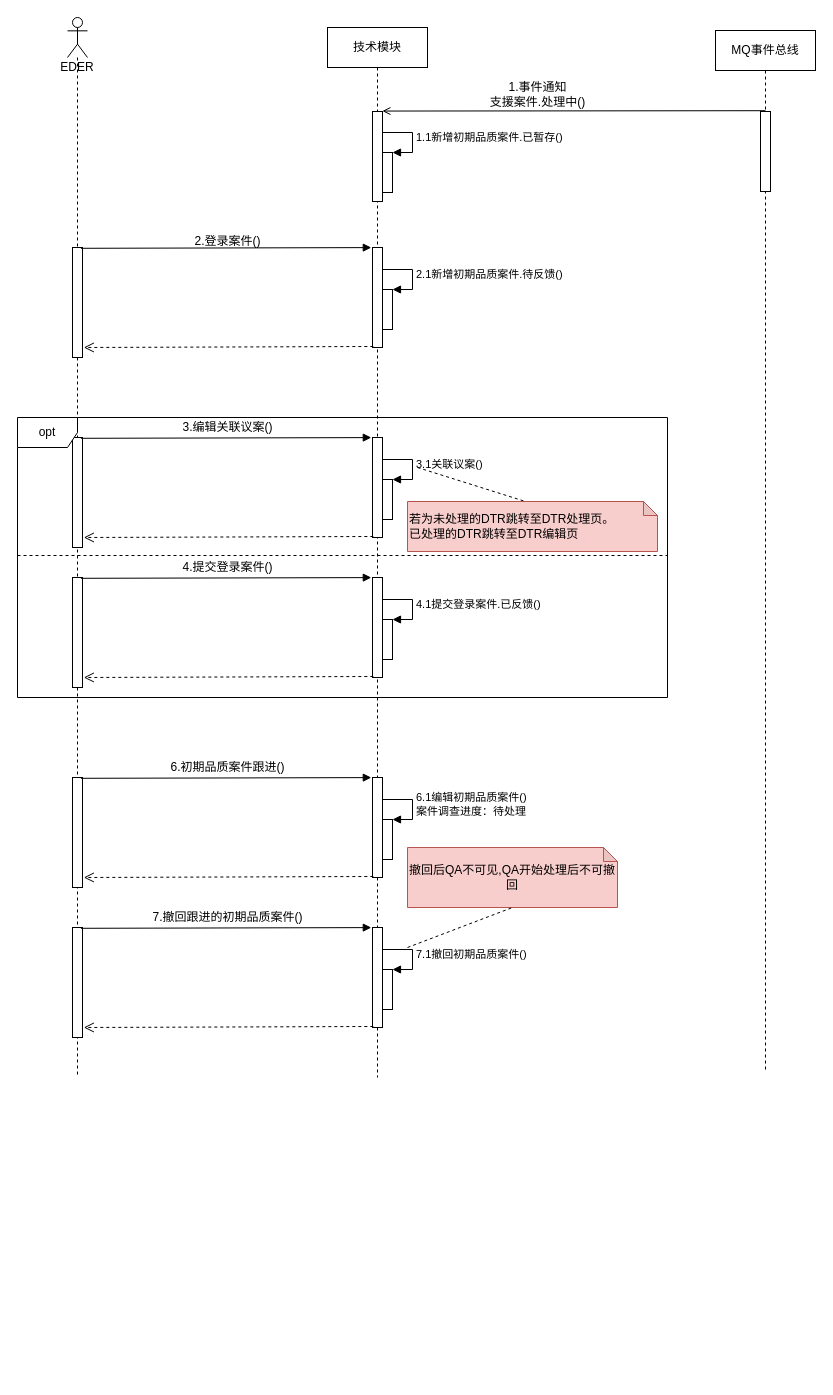
This is page "初期品质案件业务流程时序图" (20 of 21) of images/支援案件时序图.drawio from 1132489442/designer, a draw.io file, before an edit. Source tidied: cells renumbered, new cells numbered last; positions are measured from the earlier drawing's top-left corner, leaving out a move shared by most shapes. Both pictures are drawn from the tidied source at 100%, with x=0, y=0 at pixel (17, 17).
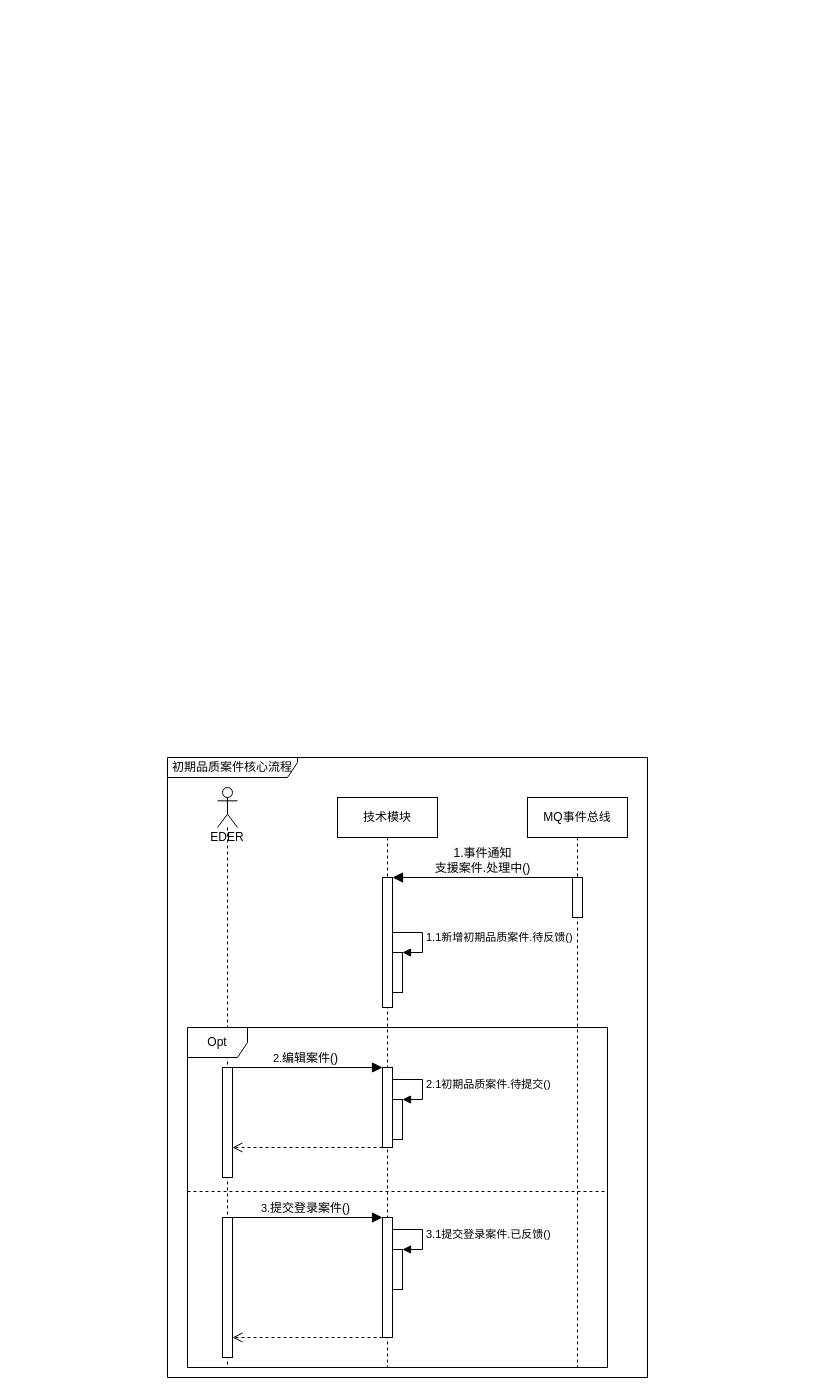
After the change.

Change to the diagram source:
```diff
@@
     <mxCell id="2" value="技术模块" style="shape=umlLifeline;perimeter=lifelinePerimeter;whiteSpace=wrap;html=1;" parent="1" vertex="1">
-      <mxGeometry x="310" y="10" width="100" height="1050" as="geometry" />
+      <mxGeometry x="320" y="780" width="100" height="570" as="geometry" />
     </mxCell>
-    <mxCell id="3" style="html=1;points=[];perimeter=orthogonalPerimeter;" parent="2" vertex="1">
-      <mxGeometry x="45" y="220" width="10" height="100" as="geometry" />
-    </mxCell>
-    <mxCell id="4" style="html=1;points=[];perimeter=orthogonalPerimeter;" parent="2" vertex="1">
-      <mxGeometry x="55" y="262" width="10" height="40" as="geometry" />
-    </mxCell>
-    <mxCell id="5" value="2.1新增初期品质案件.待反馈()" style="edgeStyle=orthogonalEdgeStyle;html=1;align=left;spacingLeft=2;endArrow=block;rounded=0;entryX=1;entryY=0;" parent="2" edge="1" target="4">
-      <mxGeometry relative="1" as="geometry">
-        <mxPoint x="55" y="242" as="sourcePoint" />
-        <Array as="points">
-          <mxPoint x="85" y="242" />
-        </Array>
-      </mxGeometry>
-    </mxCell>
-    <mxCell id="6" style="html=1;points=[];perimeter=orthogonalPerimeter;" parent="2" vertex="1">
-      <mxGeometry x="45" y="84" width="10" height="90" as="geometry" />
-    </mxCell>
-    <mxCell id="7" style="html=1;points=[];perimeter=orthogonalPerimeter;" parent="2" vertex="1">
-      <mxGeometry x="55" y="125" width="10" height="40" as="geometry" />
-    </mxCell>
-    <mxCell id="8" value="1.1新增初期品质案件.已暂存()" style="edgeStyle=orthogonalEdgeStyle;html=1;align=left;spacingLeft=2;endArrow=block;rounded=0;entryX=1;entryY=0;" parent="2" edge="1" target="7">
-      <mxGeometry relative="1" as="geometry">
-        <mxPoint x="55" y="105" as="sourcePoint" />
-        <Array as="points">
-          <mxPoint x="85" y="105" />
-        </Array>
-      </mxGeometry>
-    </mxCell>
+    <mxCell id="52" style="html=1;perimeter=orthogonalPerimeter;fillColor=#FFFFFF;" parent="2" vertex="1">
+      <mxGeometry x="45" y="80" width="10" height="130" as="geometry" />
+    </mxCell>
+    <mxCell id="53" style="html=1;points=[];perimeter=orthogonalPerimeter;fillColor=#FFFFFF;" parent="2" vertex="1">
+      <mxGeometry x="45" y="270" width="10" height="80" as="geometry" />
+    </mxCell>
+    <mxCell id="54" style="html=1;points=[];perimeter=orthogonalPerimeter;fillColor=#FFFFFF;" parent="2" vertex="1">
+      <mxGeometry x="45" y="420" width="10" height="120" as="geometry" />
+    </mxCell>
     <mxCell id="9" value="EDER" style="shape=umlLifeline;participant=umlActor;perimeter=lifelinePerimeter;whiteSpace=wrap;html=1;verticalAlign=top;spacingTop=36;size=40;" parent="1" vertex="1">
-      <mxGeometry x="50" width="20" height="1060" as="geometry" />
+      <mxGeometry x="200" y="770" width="20" height="580" as="geometry" />
     </mxCell>
-    <mxCell id="10" style="html=1;points=[];perimeter=orthogonalPerimeter;" parent="9" vertex="1">
-      <mxGeometry x="5" y="230" width="10" height="110" as="geometry" />
-    </mxCell>
-    <mxCell id="11" style="edgeStyle=none;rounded=0;orthogonalLoop=1;jettySize=auto;html=1;endArrow=block;endFill=1;exitX=0.841;exitY=0.016;exitDx=0;exitDy=0;exitPerimeter=0;entryX=-0.124;entryY=0.011;entryDx=0;entryDy=0;entryPerimeter=0;" parent="1" edge="1">
-      <mxGeometry relative="1" as="geometry">
-        <mxPoint x="63.4" y="230.8" as="sourcePoint" />
-        <mxPoint x="353.8" y="230.1" as="targetPoint" />
-      </mxGeometry>
-    </mxCell>
-    <mxCell id="12" style="html=1;verticalAlign=bottom;endArrow=open;dashed=1;endSize=8;rounded=0;exitX=0.083;exitY=0.99;exitDx=0;exitDy=0;exitPerimeter=0;entryX=1.133;entryY=0.909;entryDx=0;entryDy=0;entryPerimeter=0;" parent="1" edge="1" source="3" target="10">
-      <mxGeometry relative="1" as="geometry" />
-    </mxCell>
-    <mxCell id="13" value="2.登录案件()" style="text;html=1;align=center;verticalAlign=middle;strokeColor=none;fillColor=none;" parent="1" vertex="1">
-      <mxGeometry x="170" y="214" width="80" height="20" as="geometry" />
-    </mxCell>
-    <mxCell id="14" style="html=1;points=[];perimeter=orthogonalPerimeter;" parent="1" vertex="1">
-      <mxGeometry x="355" y="420" width="10" height="100" as="geometry" />
-    </mxCell>
-    <mxCell id="15" style="html=1;points=[];perimeter=orthogonalPerimeter;" parent="1" vertex="1">
-      <mxGeometry x="365" y="462" width="10" height="40" as="geometry" />
-    </mxCell>
-    <mxCell id="16" value="3.1关联议案()" style="edgeStyle=orthogonalEdgeStyle;html=1;align=left;spacingLeft=2;endArrow=block;rounded=0;entryX=1;entryY=0;" parent="1" edge="1" target="15">
-      <mxGeometry relative="1" as="geometry">
-        <mxPoint x="365" y="442" as="sourcePoint" />
-        <Array as="points">
-          <mxPoint x="395" y="442" />
-        </Array>
-      </mxGeometry>
-    </mxCell>
-    <mxCell id="17" style="html=1;points=[];perimeter=orthogonalPerimeter;" parent="1" vertex="1">
-      <mxGeometry x="55" y="420" width="10" height="110" as="geometry" />
-    </mxCell>
-    <mxCell id="18" style="edgeStyle=none;rounded=0;orthogonalLoop=1;jettySize=auto;html=1;endArrow=block;endFill=1;exitX=0.841;exitY=0.016;exitDx=0;exitDy=0;exitPerimeter=0;entryX=-0.124;entryY=0.011;entryDx=0;entryDy=0;entryPerimeter=0;" parent="1" edge="1">
-      <mxGeometry relative="1" as="geometry">
-        <mxPoint x="63.4" y="420.8" as="sourcePoint" />
-        <mxPoint x="353.8" y="420.1" as="targetPoint" />
-      </mxGeometry>
-    </mxCell>
-    <mxCell id="19" style="html=1;verticalAlign=bottom;endArrow=open;dashed=1;endSize=8;rounded=0;exitX=0.083;exitY=0.99;exitDx=0;exitDy=0;exitPerimeter=0;entryX=1.133;entryY=0.909;entryDx=0;entryDy=0;entryPerimeter=0;" parent="1" edge="1" source="14" target="17">
-      <mxGeometry relative="1" as="geometry" />
-    </mxCell>
-    <mxCell id="20" value="3.编辑关联议案()" style="text;html=1;align=center;verticalAlign=middle;strokeColor=none;fillColor=none;" parent="1" vertex="1">
-      <mxGeometry x="155" y="400" width="110" height="20" as="geometry" />
-    </mxCell>
-    <mxCell id="21" value="若为未处理的DTR跳转至DTR处理页。&lt;br&gt;&lt;div&gt;&lt;span&gt;已处理的DTR跳转至DTR编辑页&lt;/span&gt;&lt;/div&gt;" style="shape=note;whiteSpace=wrap;html=1;backgroundOutline=1;darkOpacity=0.05;size=14;fillColor=#f8cecc;strokeColor=#b85450;align=left;" parent="1" vertex="1">
-      <mxGeometry x="390" y="484" width="250" height="50" as="geometry" />
-    </mxCell>
-    <mxCell id="22" style="html=1;points=[];perimeter=orthogonalPerimeter;" parent="1" vertex="1">
-      <mxGeometry x="355" y="560" width="10" height="100" as="geometry" />
-    </mxCell>
-    <mxCell id="23" style="html=1;points=[];perimeter=orthogonalPerimeter;" parent="1" vertex="1">
-      <mxGeometry x="365" y="602" width="10" height="40" as="geometry" />
-    </mxCell>
-    <mxCell id="24" value="4.1提交登录案件.已反馈()" style="edgeStyle=orthogonalEdgeStyle;html=1;align=left;spacingLeft=2;endArrow=block;rounded=0;entryX=1;entryY=0;" parent="1" edge="1" target="23">
-      <mxGeometry relative="1" as="geometry">
-        <mxPoint x="365" y="582" as="sourcePoint" />
-        <Array as="points">
-          <mxPoint x="395" y="582" />
-        </Array>
-      </mxGeometry>
-    </mxCell>
-    <mxCell id="25" style="html=1;points=[];perimeter=orthogonalPerimeter;" parent="1" vertex="1">
-      <mxGeometry x="55" y="560" width="10" height="110" as="geometry" />
-    </mxCell>
-    <mxCell id="26" style="edgeStyle=none;rounded=0;orthogonalLoop=1;jettySize=auto;html=1;endArrow=block;endFill=1;exitX=0.841;exitY=0.016;exitDx=0;exitDy=0;exitPerimeter=0;entryX=-0.124;entryY=0.011;entryDx=0;entryDy=0;entryPerimeter=0;" parent="1" edge="1">
-      <mxGeometry relative="1" as="geometry">
-        <mxPoint x="63.4" y="560.8" as="sourcePoint" />
-        <mxPoint x="353.8" y="560.1" as="targetPoint" />
-      </mxGeometry>
-    </mxCell>
-    <mxCell id="27" style="html=1;verticalAlign=bottom;endArrow=open;dashed=1;endSize=8;rounded=0;exitX=0.083;exitY=0.99;exitDx=0;exitDy=0;exitPerimeter=0;entryX=1.133;entryY=0.909;entryDx=0;entryDy=0;entryPerimeter=0;" parent="1" edge="1" source="22" target="25">
-      <mxGeometry relative="1" as="geometry" />
-    </mxCell>
-    <mxCell id="28" value="4.提交登录案件()" style="text;html=1;align=center;verticalAlign=middle;strokeColor=none;fillColor=none;" parent="1" vertex="1">
-      <mxGeometry x="155" y="540" width="110" height="20" as="geometry" />
-    </mxCell>
-    <mxCell id="29" style="html=1;points=[];perimeter=orthogonalPerimeter;" parent="1" vertex="1">
-      <mxGeometry x="355" y="760" width="10" height="100" as="geometry" />
-    </mxCell>
-    <mxCell id="30" style="html=1;points=[];perimeter=orthogonalPerimeter;" parent="1" vertex="1">
-      <mxGeometry x="365" y="802" width="10" height="40" as="geometry" />
-    </mxCell>
-    <mxCell id="31" value="6.1编辑初期品质案件()&lt;br&gt;案件调查进度：待处理" style="edgeStyle=orthogonalEdgeStyle;html=1;align=left;spacingLeft=2;endArrow=block;rounded=0;entryX=1;entryY=0;" parent="1" edge="1" target="30">
-      <mxGeometry relative="1" as="geometry">
-        <mxPoint x="365" y="782" as="sourcePoint" />
-        <Array as="points">
-          <mxPoint x="395" y="782" />
-        </Array>
-      </mxGeometry>
-    </mxCell>
-    <mxCell id="32" style="html=1;points=[];perimeter=orthogonalPerimeter;" parent="1" vertex="1">
-      <mxGeometry x="55" y="760" width="10" height="110" as="geometry" />
-    </mxCell>
-    <mxCell id="33" style="edgeStyle=none;rounded=0;orthogonalLoop=1;jettySize=auto;html=1;endArrow=block;endFill=1;exitX=0.841;exitY=0.016;exitDx=0;exitDy=0;exitPerimeter=0;entryX=-0.124;entryY=0.011;entryDx=0;entryDy=0;entryPerimeter=0;" parent="1" edge="1">
-      <mxGeometry relative="1" as="geometry">
-        <mxPoint x="63.4" y="760.8" as="sourcePoint" />
-        <mxPoint x="353.8" y="760.1" as="targetPoint" />
-      </mxGeometry>
-    </mxCell>
-    <mxCell id="34" style="html=1;verticalAlign=bottom;endArrow=open;dashed=1;endSize=8;rounded=0;exitX=0.083;exitY=0.99;exitDx=0;exitDy=0;exitPerimeter=0;entryX=1.133;entryY=0.909;entryDx=0;entryDy=0;entryPerimeter=0;" parent="1" edge="1" source="29" target="32">
-      <mxGeometry relative="1" as="geometry" />
-    </mxCell>
-    <mxCell id="35" value="6.初期品质案件跟进()" style="text;html=1;align=center;verticalAlign=middle;strokeColor=none;fillColor=none;" parent="1" vertex="1">
-      <mxGeometry x="145" y="740" width="130" height="20" as="geometry" />
-    </mxCell>
-    <mxCell id="36" style="html=1;points=[];perimeter=orthogonalPerimeter;" parent="1" vertex="1">
-      <mxGeometry x="355" y="910" width="10" height="100" as="geometry" />
-    </mxCell>
-    <mxCell id="37" style="html=1;points=[];perimeter=orthogonalPerimeter;" parent="1" vertex="1">
-      <mxGeometry x="365" y="952" width="10" height="40" as="geometry" />
-    </mxCell>
-    <mxCell id="38" value="7.1撤回初期品质案件()" style="edgeStyle=orthogonalEdgeStyle;html=1;align=left;spacingLeft=2;endArrow=block;rounded=0;entryX=1;entryY=0;" parent="1" edge="1" target="37">
-      <mxGeometry relative="1" as="geometry">
-        <mxPoint x="365" y="932" as="sourcePoint" />
-        <Array as="points">
-          <mxPoint x="395" y="932" />
-        </Array>
-      </mxGeometry>
-    </mxCell>
-    <mxCell id="39" style="html=1;points=[];perimeter=orthogonalPerimeter;" parent="1" vertex="1">
-      <mxGeometry x="55" y="910" width="10" height="110" as="geometry" />
-    </mxCell>
-    <mxCell id="40" style="edgeStyle=none;rounded=0;orthogonalLoop=1;jettySize=auto;html=1;endArrow=block;endFill=1;exitX=0.841;exitY=0.016;exitDx=0;exitDy=0;exitPerimeter=0;entryX=-0.124;entryY=0.011;entryDx=0;entryDy=0;entryPerimeter=0;" parent="1" edge="1">
-      <mxGeometry relative="1" as="geometry">
-        <mxPoint x="63.4" y="910.8" as="sourcePoint" />
-        <mxPoint x="353.8" y="910.1" as="targetPoint" />
-      </mxGeometry>
-    </mxCell>
-    <mxCell id="41" style="html=1;verticalAlign=bottom;endArrow=open;dashed=1;endSize=8;rounded=0;exitX=0.083;exitY=0.99;exitDx=0;exitDy=0;exitPerimeter=0;entryX=1.133;entryY=0.909;entryDx=0;entryDy=0;entryPerimeter=0;" parent="1" edge="1" source="36" target="39">
-      <mxGeometry relative="1" as="geometry" />
-    </mxCell>
-    <mxCell id="42" value="7.撤回跟进的初期品质案件()" style="text;html=1;align=center;verticalAlign=middle;strokeColor=none;fillColor=none;" parent="1" vertex="1">
-      <mxGeometry x="125" y="890" width="170" height="20" as="geometry" />
-    </mxCell>
-    <mxCell id="43" value="撤回后QA不可见,QA开始处理后不可撤回" style="shape=note;whiteSpace=wrap;html=1;backgroundOutline=1;darkOpacity=0.05;size=14;fillColor=#f8cecc;strokeColor=#b85450;" parent="1" vertex="1">
-      <mxGeometry x="390" y="830" width="210" height="60" as="geometry" />
-    </mxCell>
-    <mxCell id="44" style="endArrow=none;dashed=1;html=1;rounded=0;entryX=0.5;entryY=1;entryDx=0;entryDy=0;entryPerimeter=0;" parent="1" edge="1" target="43">
-      <mxGeometry relative="1" as="geometry">
-        <mxPoint x="390" y="930" as="sourcePoint" />
-      </mxGeometry>
-    </mxCell>
-    <mxCell id="45" style="endArrow=none;dashed=1;html=1;rounded=0;entryX=0;entryY=0;entryDx=118;entryDy=0;entryPerimeter=0;" parent="1" edge="1" target="21">
-      <mxGeometry relative="1" as="geometry">
-        <mxPoint x="400" y="450" as="sourcePoint" />
-      </mxGeometry>
-    </mxCell>
-    <mxCell id="46" style="line;strokeWidth=1;fillColor=none;align=left;verticalAlign=middle;spacingTop=-1;spacingLeft=3;spacingRight=3;labelPosition=right;dashed=1;" parent="1" vertex="1">
-      <mxGeometry y="534" width="650" height="8" as="geometry" />
-    </mxCell>
+    <mxCell id="55" style="html=1;points=[];perimeter=orthogonalPerimeter;fillColor=#FFFFFF;" parent="9" vertex="1">
+      <mxGeometry x="5" y="280" width="10" height="110" as="geometry" />
+    </mxCell>
+    <mxCell id="56" style="html=1;perimeter=orthogonalPerimeter;fillColor=#FFFFFF;" parent="9" vertex="1">
+      <mxGeometry x="5" y="430" width="10" height="140" as="geometry" />
+    </mxCell>
     <mxCell id="47" value="MQ事件总线" style="shape=umlLifeline;perimeter=lifelinePerimeter;whiteSpace=wrap;html=1;" parent="1" vertex="1">
-      <mxGeometry x="698" y="13" width="100" height="1040" as="geometry" />
+      <mxGeometry x="510" y="780" width="100" height="570" as="geometry" />
     </mxCell>
-    <mxCell id="48" style="html=1;points=[];perimeter=orthogonalPerimeter;" parent="47" vertex="1">
-      <mxGeometry x="45" y="81" width="10" height="80" as="geometry" />
-    </mxCell>
-    <mxCell id="49" style="edgeStyle=none;rounded=0;jettySize=auto;html=1;endArrow=open;endFill=0;entryX=0.986;entryY=-0.005;entryDx=0;entryDy=0;entryPerimeter=0;exitX=0.495;exitY=-0.01;exitDx=0;exitDy=0;exitPerimeter=0;" parent="1" edge="1" source="48" target="6">
-      <mxGeometry relative="1" as="geometry" />
-    </mxCell>
+    <mxCell id="57" style="html=1;points=[];perimeter=orthogonalPerimeter;fillColor=#FFFFFF;" parent="47" vertex="1">
+      <mxGeometry x="45" y="80" width="10" height="40" as="geometry" />
+    </mxCell>
-    <mxCell id="50" value="1.事件通知&lt;br&gt;支援案件.处理中()" style="text;html=1;align=center;verticalAlign=middle;strokeColor=none;fillColor=none;" parent="1" vertex="1">
-      <mxGeometry x="465" y="62" width="110" height="30" as="geometry" />
+    <mxCell id="50" value="&lt;span style=&quot;font-size: 12px ; background-color: rgb(248 , 249 , 250)&quot;&gt;1.事件通知&lt;/span&gt;&lt;br style=&quot;font-size: 12px ; background-color: rgb(248 , 249 , 250)&quot;&gt;&lt;span style=&quot;font-size: 12px ; background-color: rgb(248 , 249 , 250)&quot;&gt;支援案件.处理中()&lt;/span&gt;" style="html=1;verticalAlign=bottom;endArrow=block;entryX=0;entryY=0;rounded=0;endSize=8;exitX=0;exitY=0;exitDx=0;exitDy=0;" parent="47" edge="1" source="57">
+      <mxGeometry relative="1" as="geometry">
+        <mxPoint x="-135" y="80" as="targetPoint" />
+      </mxGeometry>
     </mxCell>
-    <mxCell id="51" value="opt" style="shape=umlFrame;whiteSpace=wrap;html=1;" parent="1" vertex="1">
-      <mxGeometry y="400" width="650" height="280" as="geometry" />
-    </mxCell>
+    <mxCell id="58" style="html=1;points=[];perimeter=orthogonalPerimeter;" parent="1" vertex="1">
+      <mxGeometry x="375" y="935" width="10" height="40" as="geometry" />
+    </mxCell>
+    <mxCell id="59" value="1.1新增初期品质案件.待反馈()" style="edgeStyle=orthogonalEdgeStyle;html=1;align=left;spacingLeft=2;endArrow=block;rounded=0;entryX=1;entryY=0;" parent="1" edge="1" target="58">
+      <mxGeometry relative="1" as="geometry">
+        <mxPoint x="375" y="915" as="sourcePoint" />
+        <Array as="points">
+          <mxPoint x="405" y="915" />
+        </Array>
+      </mxGeometry>
+    </mxCell>
+    <mxCell id="60" value="2.&lt;span style=&quot;font-size: 12px ; background-color: rgb(248 , 249 , 250)&quot;&gt;编辑案件()&lt;/span&gt;" style="html=1;verticalAlign=bottom;endArrow=block;entryX=0;entryY=0;rounded=0;endSize=8;" parent="1" edge="1" target="53">
+      <mxGeometry relative="1" as="geometry">
+        <mxPoint x="210" y="1050" as="sourcePoint" />
+      </mxGeometry>
+    </mxCell>
+    <mxCell id="61" style="html=1;verticalAlign=bottom;endArrow=open;dashed=1;endSize=8;exitX=0;exitY=0.95;rounded=0;entryX=0.992;entryY=0.727;entryDx=0;entryDy=0;entryPerimeter=0;" parent="1" edge="1" target="55">
+      <mxGeometry relative="1" as="geometry">
+        <mxPoint x="365" y="1130" as="sourcePoint" />
+      </mxGeometry>
+    </mxCell>
+    <mxCell id="62" style="html=1;points=[];perimeter=orthogonalPerimeter;" parent="1" vertex="1">
+      <mxGeometry x="375" y="1082" width="10" height="40" as="geometry" />
+    </mxCell>
+    <mxCell id="63" value="2.1初期品质案件.待提交()" style="edgeStyle=orthogonalEdgeStyle;html=1;align=left;spacingLeft=2;endArrow=block;rounded=0;entryX=1;entryY=0;" parent="1" edge="1" target="62">
+      <mxGeometry relative="1" as="geometry">
+        <mxPoint x="375" y="1062" as="sourcePoint" />
+        <Array as="points">
+          <mxPoint x="405" y="1062" />
+        </Array>
+      </mxGeometry>
+    </mxCell>
+    <mxCell id="64" value="3.&lt;span style=&quot;font-size: 12px ; background-color: rgb(248 , 249 , 250)&quot;&gt;提交登录案件()&lt;/span&gt;" style="html=1;verticalAlign=bottom;endArrow=block;entryX=0;entryY=0;rounded=0;endSize=8;" parent="1" edge="1" target="54">
+      <mxGeometry relative="1" as="geometry">
+        <mxPoint x="210" y="1200" as="sourcePoint" />
+      </mxGeometry>
+    </mxCell>
+    <mxCell id="65" style="html=1;verticalAlign=bottom;endArrow=open;dashed=1;endSize=8;exitX=0;exitY=0.95;rounded=0;" parent="1" edge="1">
+      <mxGeometry relative="1" as="geometry">
+        <mxPoint x="365" y="1320" as="sourcePoint" />
+        <mxPoint x="215" y="1320" as="targetPoint" />
+      </mxGeometry>
+    </mxCell>
+    <mxCell id="66" style="html=1;points=[];perimeter=orthogonalPerimeter;" parent="1" vertex="1">
+      <mxGeometry x="375" y="1232" width="10" height="40" as="geometry" />
+    </mxCell>
+    <mxCell id="67" value="3.1提交登录案件.已反馈()" style="edgeStyle=orthogonalEdgeStyle;html=1;align=left;spacingLeft=2;endArrow=block;rounded=0;entryX=1;entryY=0;" parent="1" edge="1" target="66">
+      <mxGeometry relative="1" as="geometry">
+        <mxPoint x="375" y="1212" as="sourcePoint" />
+        <Array as="points">
+          <mxPoint x="405" y="1212" />
+        </Array>
+      </mxGeometry>
+    </mxCell>
+    <mxCell id="68" value="Opt" style="shape=umlFrame;whiteSpace=wrap;html=1;fillColor=#FFFFFF;" parent="1" vertex="1">
+      <mxGeometry x="170" y="1010" width="420" height="340" as="geometry" />
+    </mxCell>
+    <mxCell id="69" style="line;strokeWidth=1;fillColor=none;align=left;verticalAlign=middle;spacingTop=-1;spacingLeft=3;spacingRight=3;labelPosition=right;dashed=1;" parent="1" vertex="1">
+      <mxGeometry x="170" y="1170" width="420" height="8" as="geometry" />
+    </mxCell>
+    <mxCell id="70" value="初期品质案件核心流程" style="shape=umlFrame;whiteSpace=wrap;html=1;fillColor=#FFFFFF;width=130;height=20;" parent="1" vertex="1">
+      <mxGeometry x="150" y="740" width="480" height="620" as="geometry" />
+    </mxCell>
```
